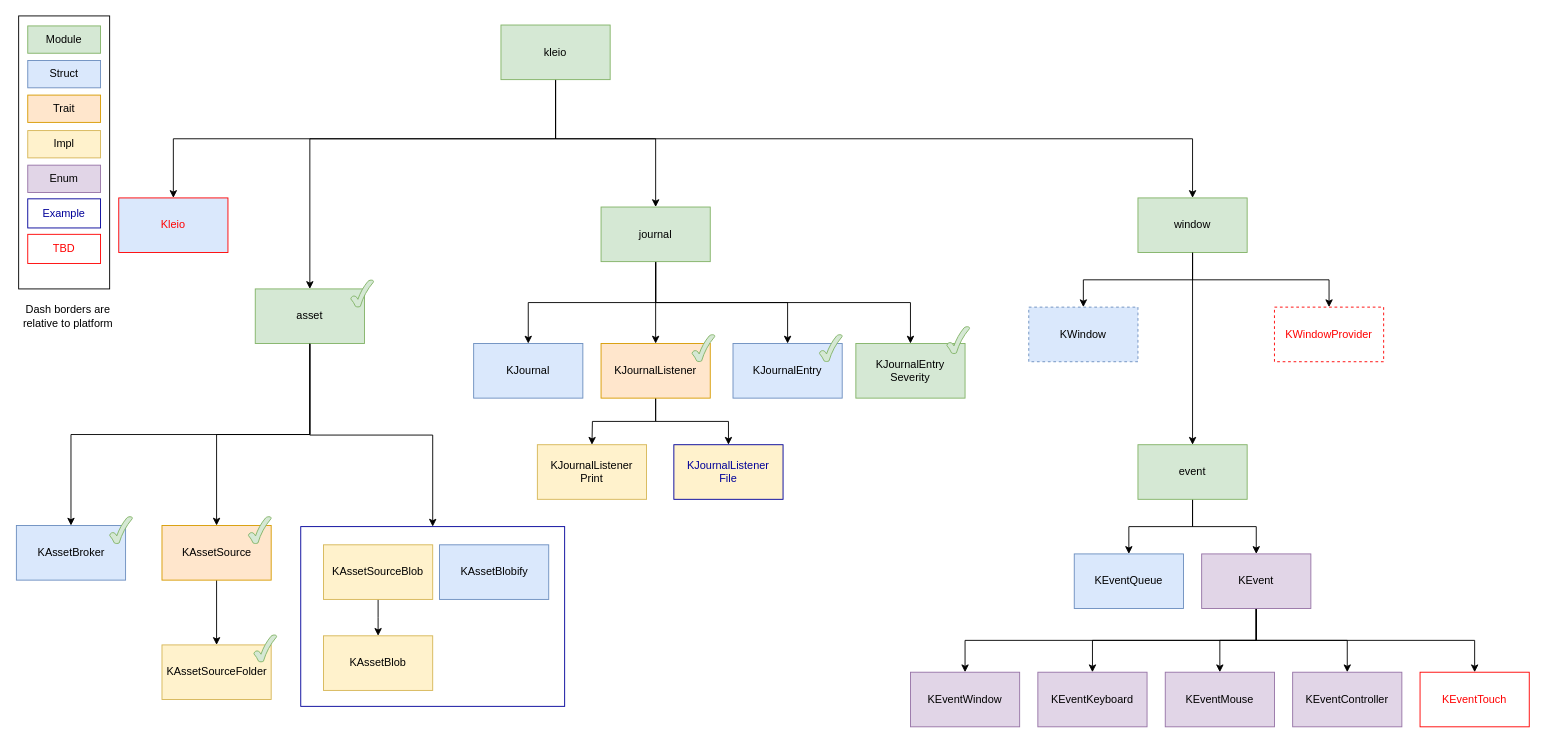
NickelAngeStudio/kleio keeps this draw.io diagram as diagram/kleio.drawio. Above is the earlier version. Source tidied: cells renumbered, new cells numbered last; positions are measured from the earlier drawing's top-left corner, leaving out a move shared by most shapes. Both pictures are drawn from the tidied source at 91%, with x=0, y=0 at pixel (16, 15).
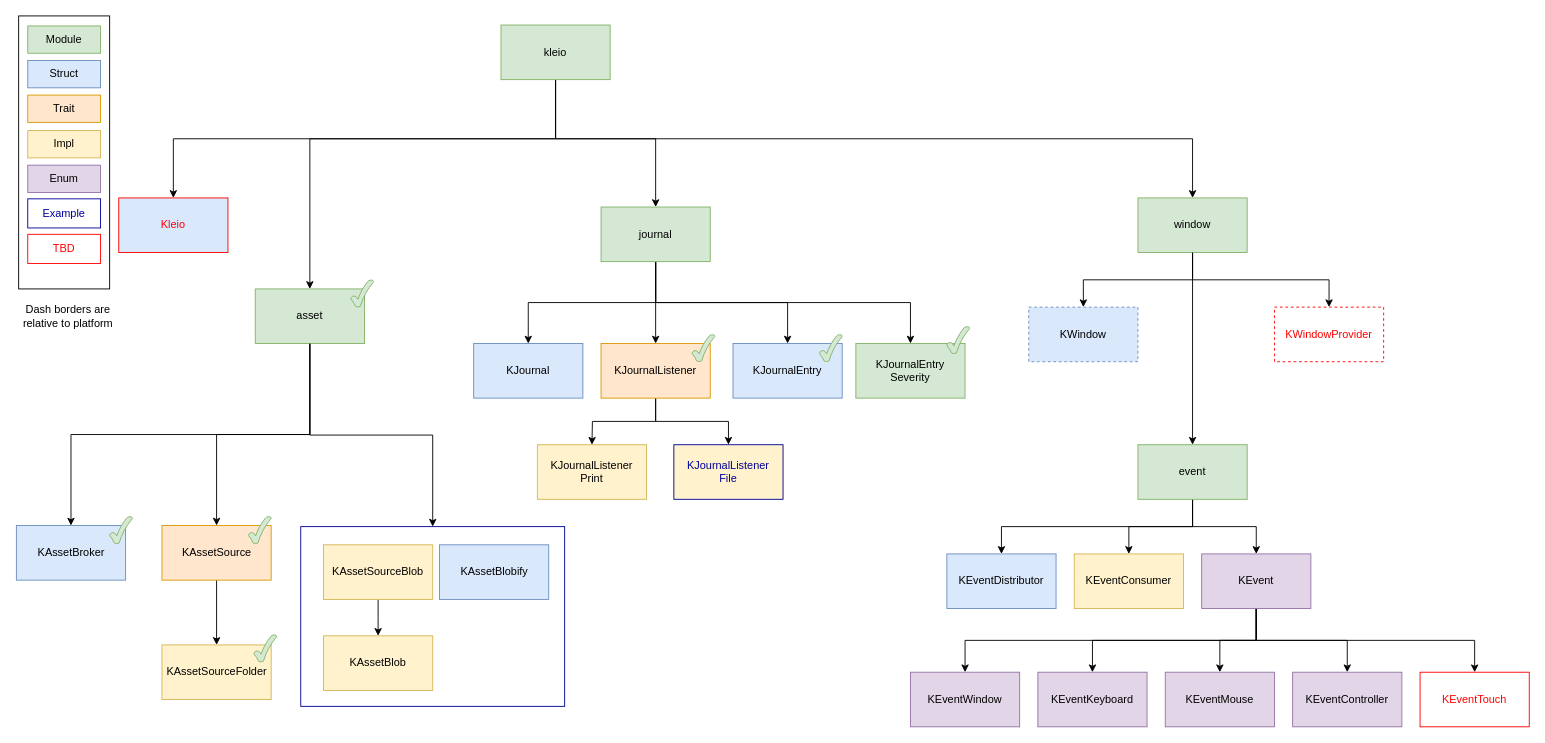
The same page after the edit.

The change refers to these unchanged cells:
```xml
<mxCell id="17" value="event" style="rounded=0;whiteSpace=wrap;html=1;fillColor=#d5e8d4;strokeColor=#82b366;" parent="1" vertex="1">
  <mxGeometry x="1232" y="471.2" width="120" height="60" as="geometry" />
</mxCell>
```

What changed in the source:
```diff
@@
+    <mxCell id="72" style="edgeStyle=orthogonalEdgeStyle;rounded=0;jettySize=auto;html=1;exitX=0.5;exitY=1;exitDx=0;exitDy=0;entryX=0.5;entryY=0;entryDx=0;entryDy=0;" parent="1" edge="1" source="17" target="73">
+      <mxGeometry relative="1" as="geometry" />
+    </mxCell>
@@
-    <mxCell id="30" value="KEventQueue" style="rounded=0;whiteSpace=wrap;html=1;fillColor=#dae8fc;strokeColor=#6c8ebf;" parent="1" vertex="1">
-      <mxGeometry x="1162" y="591.2" width="120" height="60" as="geometry" />
+    <mxCell id="30" value="KEventDistributor" style="rounded=0;whiteSpace=wrap;html=1;fillColor=#dae8fc;strokeColor=#6c8ebf;" parent="1" vertex="1">
+      <mxGeometry x="1022" y="591.2" width="120" height="60" as="geometry" />
     </mxCell>
@@
+    <mxCell id="73" value="KEventConsumer" style="rounded=0;whiteSpace=wrap;html=1;fillColor=#fff2cc;strokeColor=#d6b656;" parent="1" vertex="1">
+      <mxGeometry x="1162" y="591.2" width="120" height="60" as="geometry" />
+    </mxCell>
```
